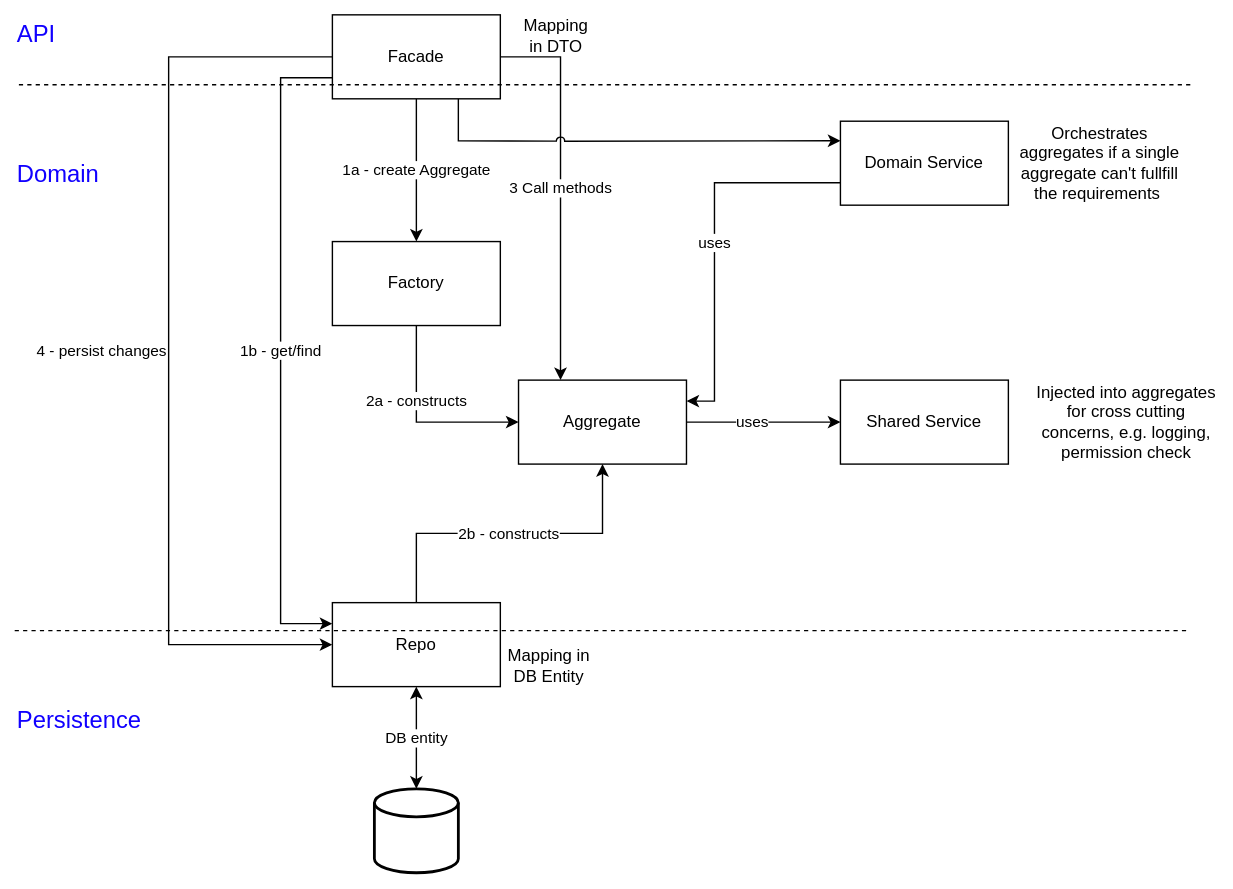
Earlier version of the draw.io export docs/img/class-structure.v2.svg (dBildungsplattform/dbildungs-iam-server). Source tidied: cells renumbered, new cells last; positions are measured from the earlier drawing's top-left corner, leaving out a move shared by most shapes.
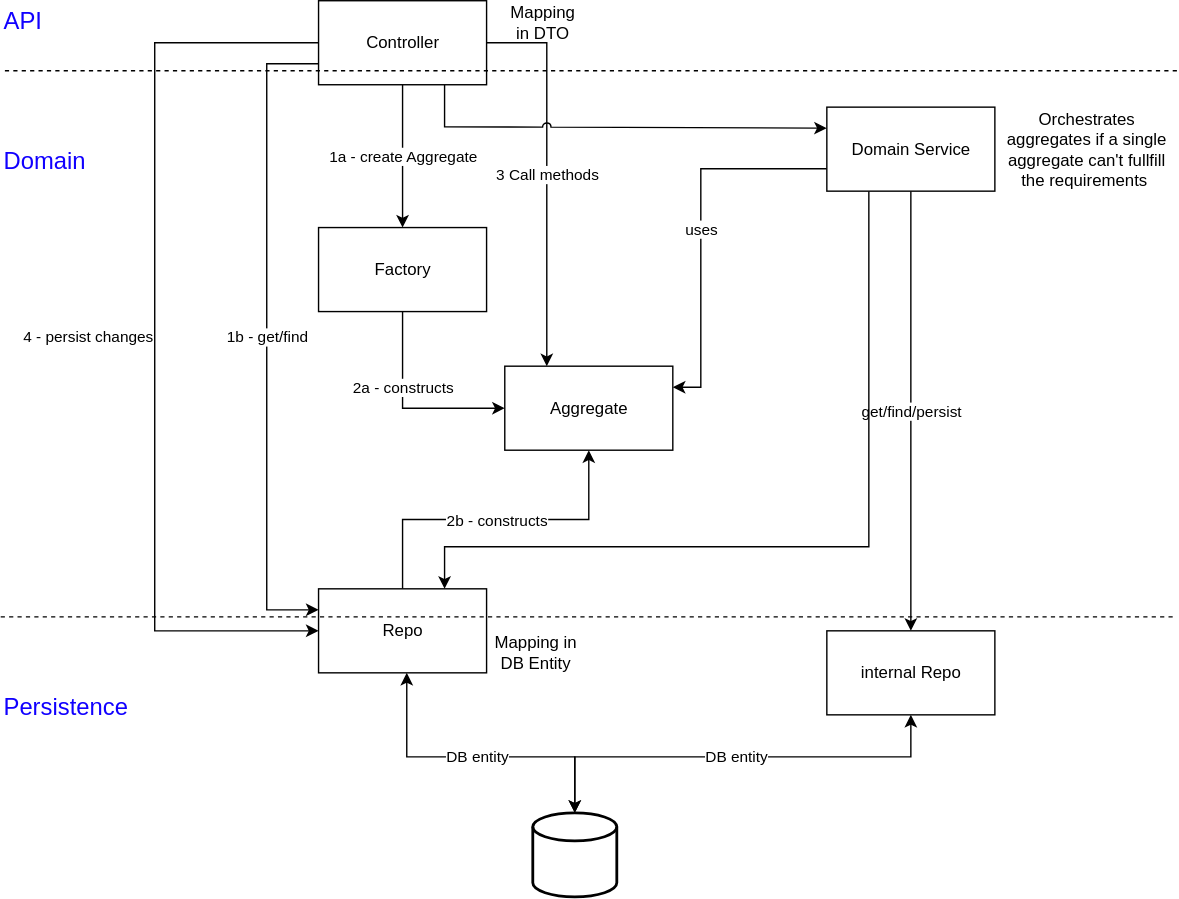
The same diagram one commit later.

Change to the diagram source:
```diff
@@ -2,9 +2,6 @@
   <root>
     <mxCell id="0" />
     <mxCell id="1" parent="0" />
-    <mxCell id="2" value="uses" style="edgeStyle=orthogonalEdgeStyle;rounded=0;jettySize=auto;html=1;fillColor=#f8cecc;strokeColor=#000000;" parent="1" edge="1" source="3" target="15">
-      <mxGeometry x="-0.15" relative="1" as="geometry" />
-    </mxCell>
     <mxCell id="3" value="Aggregate" style="rounded=0;whiteSpace=wrap;html=1;" parent="1" vertex="1">
       <mxGeometry x="360" y="261" width="120" height="60" as="geometry" />
     </mxCell>
@@ -38,14 +35,19 @@
         </Array>
       </mxGeometry>
     </mxCell>
-    <mxCell id="9" value="Facade" style="rounded=0;whiteSpace=wrap;html=1;" parent="1" vertex="1">
+    <mxCell id="9" value="Controller" style="rounded=0;whiteSpace=wrap;html=1;" parent="1" vertex="1">
       <mxGeometry x="227" width="120" height="60" as="geometry" />
     </mxCell>
     <mxCell id="10" value="2b - constructs" style="edgeStyle=orthogonalEdgeStyle;rounded=0;jettySize=auto;html=1;exitX=0.5;exitY=0;exitDx=0;exitDy=0;" parent="1" edge="1" source="12" target="3">
       <mxGeometry relative="1" as="geometry" />
     </mxCell>
     <mxCell id="11" value="DB entity" style="edgeStyle=orthogonalEdgeStyle;rounded=0;jettySize=auto;html=1;startArrow=classic;startFill=1;" parent="1" edge="1" source="12" target="16">
-      <mxGeometry relative="1" as="geometry" />
+      <mxGeometry relative="1" as="geometry">
+        <Array as="points">
+          <mxPoint x="290" y="540" />
+          <mxPoint x="410" y="540" />
+        </Array>
+      </mxGeometry>
     </mxCell>
     <mxCell id="12" value="Repo" style="rounded=0;whiteSpace=wrap;html=1;" parent="1" vertex="1">
       <mxGeometry x="227" y="420" width="120" height="60" as="geometry" />
@@ -58,14 +60,30 @@
         </Array>
       </mxGeometry>
     </mxCell>
+    <mxCell id="28" value="get/find/persist" style="edgeStyle=orthogonalEdgeStyle;rounded=0;jettySize=auto;html=1;" parent="1" edge="1" source="14" target="31">
+      <mxGeometry relative="1" as="geometry" />
+    </mxCell>
+    <mxCell id="29" style="edgeStyle=orthogonalEdgeStyle;rounded=0;jettySize=auto;html=1;entryX=0.75;entryY=0;entryDx=0;entryDy=0;" parent="1" edge="1" source="14" target="12">
+      <mxGeometry relative="1" as="geometry">
+        <Array as="points">
+          <mxPoint x="620" y="390" />
+          <mxPoint x="317" y="390" />
+        </Array>
+      </mxGeometry>
+    </mxCell>
     <mxCell id="14" value="Domain Service" style="rounded=0;whiteSpace=wrap;html=1;" parent="1" vertex="1">
       <mxGeometry x="590" y="76" width="120" height="60" as="geometry" />
     </mxCell>
-    <mxCell id="15" value="Shared Service" style="rounded=0;whiteSpace=wrap;html=1;" parent="1" vertex="1">
-      <mxGeometry x="590" y="261" width="120" height="60" as="geometry" />
-    </mxCell>
+    <mxCell id="30" value="DB entity" style="edgeStyle=orthogonalEdgeStyle;rounded=0;jettySize=auto;html=1;entryX=0.5;entryY=1;entryDx=0;entryDy=0;startArrow=classic;startFill=1;" parent="1" edge="1" source="16" target="31">
+      <mxGeometry relative="1" as="geometry">
+        <Array as="points">
+          <mxPoint x="410" y="540" />
+          <mxPoint x="650" y="540" />
+        </Array>
+      </mxGeometry>
+    </mxCell>
     <mxCell id="16" style="strokeWidth=2;html=1;shape=mxgraph.flowchart.database;whiteSpace=wrap;" parent="1" vertex="1">
-      <mxGeometry x="257" y="553" width="60" height="60" as="geometry" />
+      <mxGeometry x="380" y="580" width="60" height="60" as="geometry" />
     </mxCell>
     <mxCell id="17" value="Mapping in DTO" style="text;html=1;strokeColor=none;fillColor=none;align=center;verticalAlign=middle;whiteSpace=wrap;rounded=0;" parent="1" vertex="1">
       <mxGeometry x="357" width="60" height="30" as="geometry" />
@@ -103,8 +121,8 @@
     <mxCell id="26" value="Factory" style="rounded=0;whiteSpace=wrap;html=1;" parent="1" vertex="1">
       <mxGeometry x="227" y="162" width="120" height="60" as="geometry" />
     </mxCell>
-    <mxCell id="27" value="Injected into aggregates for cross cutting concerns, e.g. logging, permission check" style="text;html=1;strokeColor=none;fillColor=none;align=center;verticalAlign=middle;whiteSpace=wrap;rounded=0;" parent="1" vertex="1">
-      <mxGeometry x="729" y="251" width="131" height="80" as="geometry" />
-    </mxCell>
+    <mxCell id="31" value="internal Repo" style="rounded=0;whiteSpace=wrap;html=1;" parent="1" vertex="1">
+      <mxGeometry x="590" y="450" width="120" height="60" as="geometry" />
+    </mxCell>
   </root>
 </mxGraphModel>
```
